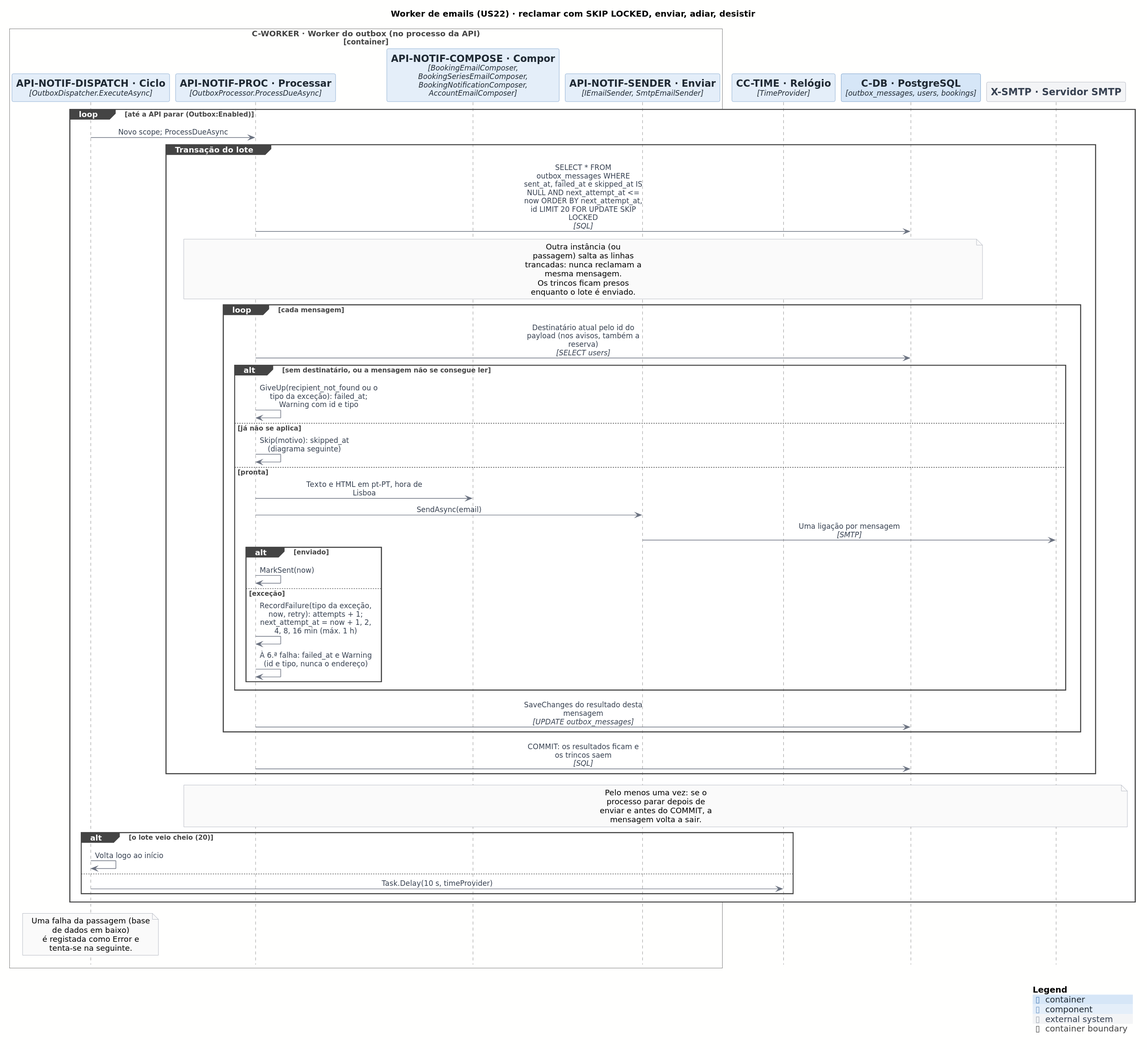
Above: docs/architecture/out/process-outbox.svg in rodrigo4sousa/SportsEstablishments (PlantUML), before the change.
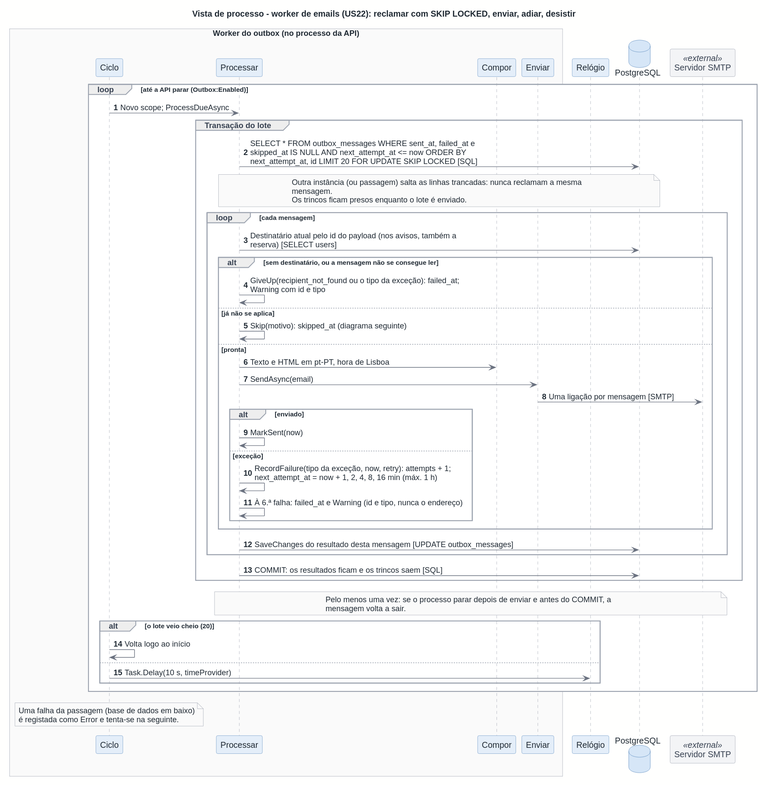
Later version of the same file.

Change to the diagram source:
```diff
@@ -1,53 +1,51 @@
 @startuml
-!include <C4/C4_Sequence>
 !include ../style.puml
 
-title Worker de emails (US22) · reclamar com SKIP LOCKED, enviar, adiar, desistir
+title Vista de processo - worker de emails (US22): reclamar com SKIP LOCKED, enviar, adiar, desistir
+autonumber
 
-Container_Boundary(C_WORKER, "C-WORKER · Worker do outbox (no processo da API)")
-  Component(API_NOTIF_DISPATCH, "API-NOTIF-DISPATCH · Ciclo", "OutboxDispatcher.ExecuteAsync")
-  Component(API_NOTIF_PROC, "API-NOTIF-PROC · Processar", "OutboxProcessor.ProcessDueAsync")
-  Component(API_NOTIF_COMPOSE, "API-NOTIF-COMPOSE · Compor", "BookingEmailComposer, BookingSeriesEmailComposer, BookingNotificationComposer, AccountEmailComposer")
-  Component(API_NOTIF_SENDER, "API-NOTIF-SENDER · Enviar", "IEmailSender, SmtpEmailSender")
-Boundary_End()
-Component(CC_TIME, "CC-TIME · Relógio", "TimeProvider")
-ContainerDb(C_DB, "C-DB · PostgreSQL", "outbox_messages, users, bookings")
-System_Ext(X_SMTP, "X-SMTP · Servidor SMTP", "")
+box "Worker do outbox (no processo da API)"
+  participant "Ciclo" as API_NOTIF_DISPATCH
+  participant "Processar" as API_NOTIF_PROC
+  participant "Compor" as API_NOTIF_COMPOSE
+  participant "Enviar" as API_NOTIF_SENDER
+end box
+participant "Relógio" as CC_TIME
+database "PostgreSQL" as C_DB
+participant "Servidor SMTP" as X_SMTP <<external>>
 
 loop até a API parar (Outbox:Enabled)
-  Rel(API_NOTIF_DISPATCH, API_NOTIF_PROC, $plain("Novo scope; ProcessDueAsync"))
+  API_NOTIF_DISPATCH -> API_NOTIF_PROC : Novo scope; ProcessDueAsync
   group Transação do lote
-    Rel(API_NOTIF_PROC, C_DB, $plain("SELECT * FROM outbox_messages WHERE sent_at, failed_at e skipped_at IS NULL AND next_attempt_at <= now ORDER BY next_attempt_at, id LIMIT 20 FOR UPDATE SKIP LOCKED"), "SQL")
-    note over API_NOTIF_PROC, C_DB: Outra instância (ou passagem) salta as linhas trancadas: nunca reclamam a mesma mensagem.\nOs trincos ficam presos enquanto o lote é enviado.
+    API_NOTIF_PROC -> C_DB : SELECT * FROM outbox_messages WHERE sent_at, failed_at e\nskipped_at IS NULL AND next_attempt_at <= now ORDER BY\nnext_attempt_at, id LIMIT 20 FOR UPDATE SKIP LOCKED [SQL]
+    note over API_NOTIF_PROC, C_DB: Outra instância (ou passagem) salta as linhas trancadas: nunca reclamam a mesma\nmensagem.\nOs trincos ficam presos enquanto o lote é enviado.
     loop cada mensagem
-      Rel(API_NOTIF_PROC, C_DB, $plain("Destinatário atual pelo id do payload (nos avisos, também a reserva)"), "SELECT users")
+      API_NOTIF_PROC -> C_DB : Destinatário atual pelo id do payload (nos avisos, também a\nreserva) [SELECT users]
       alt sem destinatário, ou a mensagem não se consegue ler
-        Rel(API_NOTIF_PROC, API_NOTIF_PROC, $plain("GiveUp(recipient_not_found ou o tipo da exceção): failed_at; Warning com id e tipo"))
+        API_NOTIF_PROC -> API_NOTIF_PROC : GiveUp(recipient_not_found ou o tipo da exceção): failed_at;\nWarning com id e tipo
       else já não se aplica
-        Rel(API_NOTIF_PROC, API_NOTIF_PROC, $plain("Skip(motivo): skipped_at (diagrama seguinte)"))
+        API_NOTIF_PROC -> API_NOTIF_PROC : Skip(motivo): skipped_at (diagrama seguinte)
       else pronta
-        Rel(API_NOTIF_PROC, API_NOTIF_COMPOSE, $plain("Texto e HTML em pt-PT, hora de Lisboa"))
-        Rel(API_NOTIF_PROC, API_NOTIF_SENDER, $plain("SendAsync(email)"))
-        Rel(API_NOTIF_SENDER, X_SMTP, $plain("Uma ligação por mensagem"), "SMTP")
+        API_NOTIF_PROC -> API_NOTIF_COMPOSE : Texto e HTML em pt-PT, hora de Lisboa
+        API_NOTIF_PROC -> API_NOTIF_SENDER : SendAsync(email)
+        API_NOTIF_SENDER -> X_SMTP : Uma ligação por mensagem [SMTP]
         alt enviado
-          Rel(API_NOTIF_PROC, API_NOTIF_PROC, $plain("MarkSent(now)"))
+          API_NOTIF_PROC -> API_NOTIF_PROC : MarkSent(now)
         else exceção
-          Rel(API_NOTIF_PROC, API_NOTIF_PROC, $plain("RecordFailure(tipo da exceção, now, retry): attempts + 1; next_attempt_at = now + 1, 2, 4, 8, 16 min (máx. 1 h)"))
-          Rel(API_NOTIF_PROC, API_NOTIF_PROC, $plain("À 6.ª falha: failed_at e Warning (id e tipo, nunca o endereço)"))
+          API_NOTIF_PROC -> API_NOTIF_PROC : RecordFailure(tipo da exceção, now, retry): attempts + 1;\nnext_attempt_at = now + 1, 2, 4, 8, 16 min (máx. 1 h)
+          API_NOTIF_PROC -> API_NOTIF_PROC : À 6.ª falha: failed_at e Warning (id e tipo, nunca o endereço)
         end
       end
-      Rel(API_NOTIF_PROC, C_DB, $plain("SaveChanges do resultado desta mensagem"), "UPDATE outbox_messages")
+      API_NOTIF_PROC -> C_DB : SaveChanges do resultado desta mensagem [UPDATE outbox_messages]
     end
-    Rel(API_NOTIF_PROC, C_DB, $plain("COMMIT: os resultados ficam e os trincos saem"), "SQL")
+    API_NOTIF_PROC -> C_DB : COMMIT: os resultados ficam e os trincos saem [SQL]
   end
-  note over API_NOTIF_PROC, X_SMTP: Pelo menos uma vez: se o processo parar depois de enviar e antes do COMMIT, a mensagem volta a sair.
+  note over API_NOTIF_PROC, X_SMTP: Pelo menos uma vez: se o processo parar depois de enviar e antes do COMMIT, a\nmensagem volta a sair.
   alt o lote veio cheio (20)
-    Rel(API_NOTIF_DISPATCH, API_NOTIF_DISPATCH, $plain("Volta logo ao início"))
+    API_NOTIF_DISPATCH -> API_NOTIF_DISPATCH : Volta logo ao início
   else
-    Rel(API_NOTIF_DISPATCH, CC_TIME, $plain("Task.Delay(10 s, timeProvider)"))
+    API_NOTIF_DISPATCH -> CC_TIME : Task.Delay(10 s, timeProvider)
   end
 end
 note over API_NOTIF_DISPATCH: Uma falha da passagem (base de dados em baixo)\né registada como Error e tenta-se na seguinte.
-
-SHOW_LEGEND()
 @enduml
```
